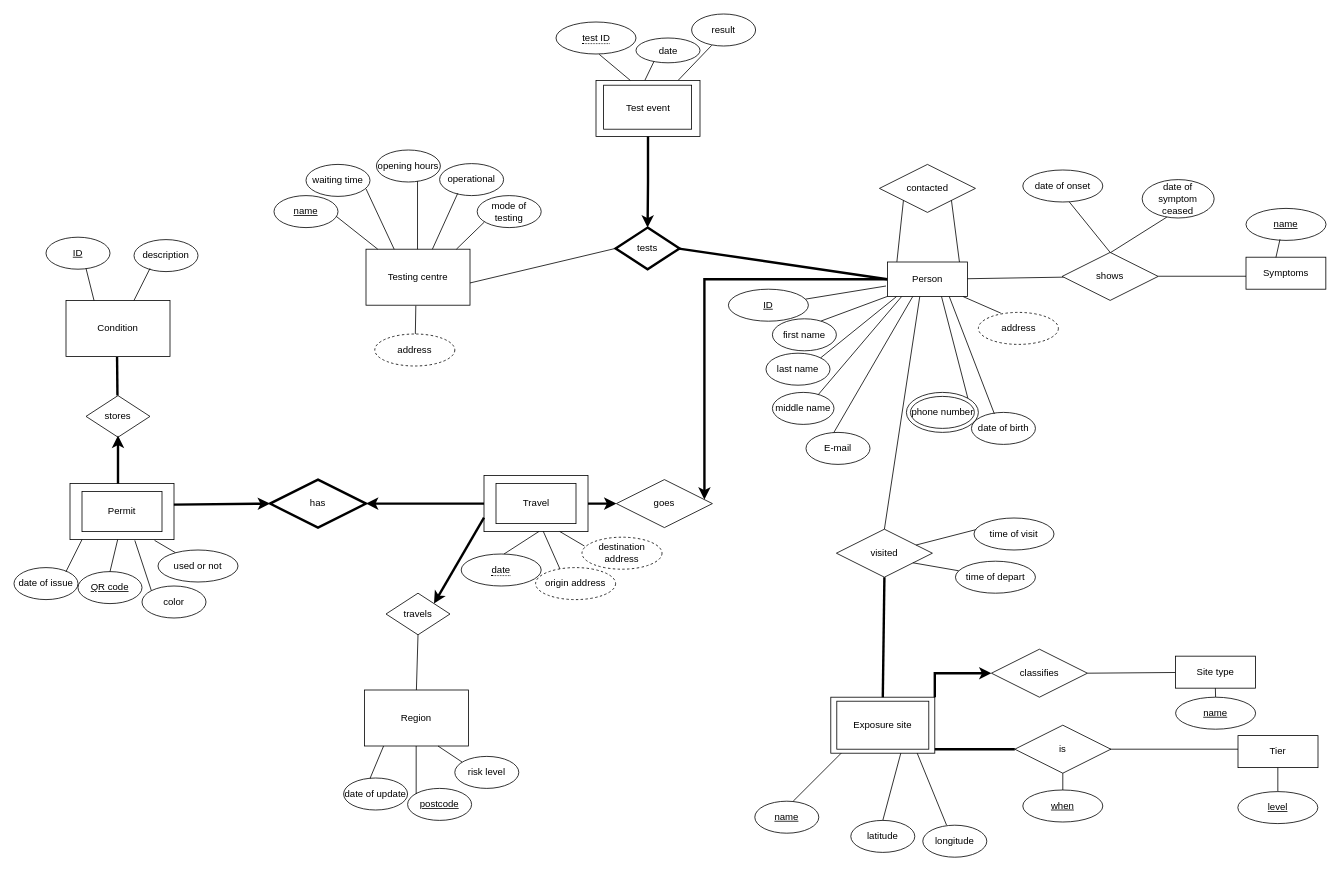
Before: Untitled Diagram.drawio in pingtingw/info20003, a draw.io diagram. Source tidied: cells renumbered, new cells numbered last; positions are measured from the earlier drawing's top-left corner, leaving out a move shared by most shapes. Both pictures are drawn from the tidied source at 80%, with x=0, y=0 at pixel (14, 14).
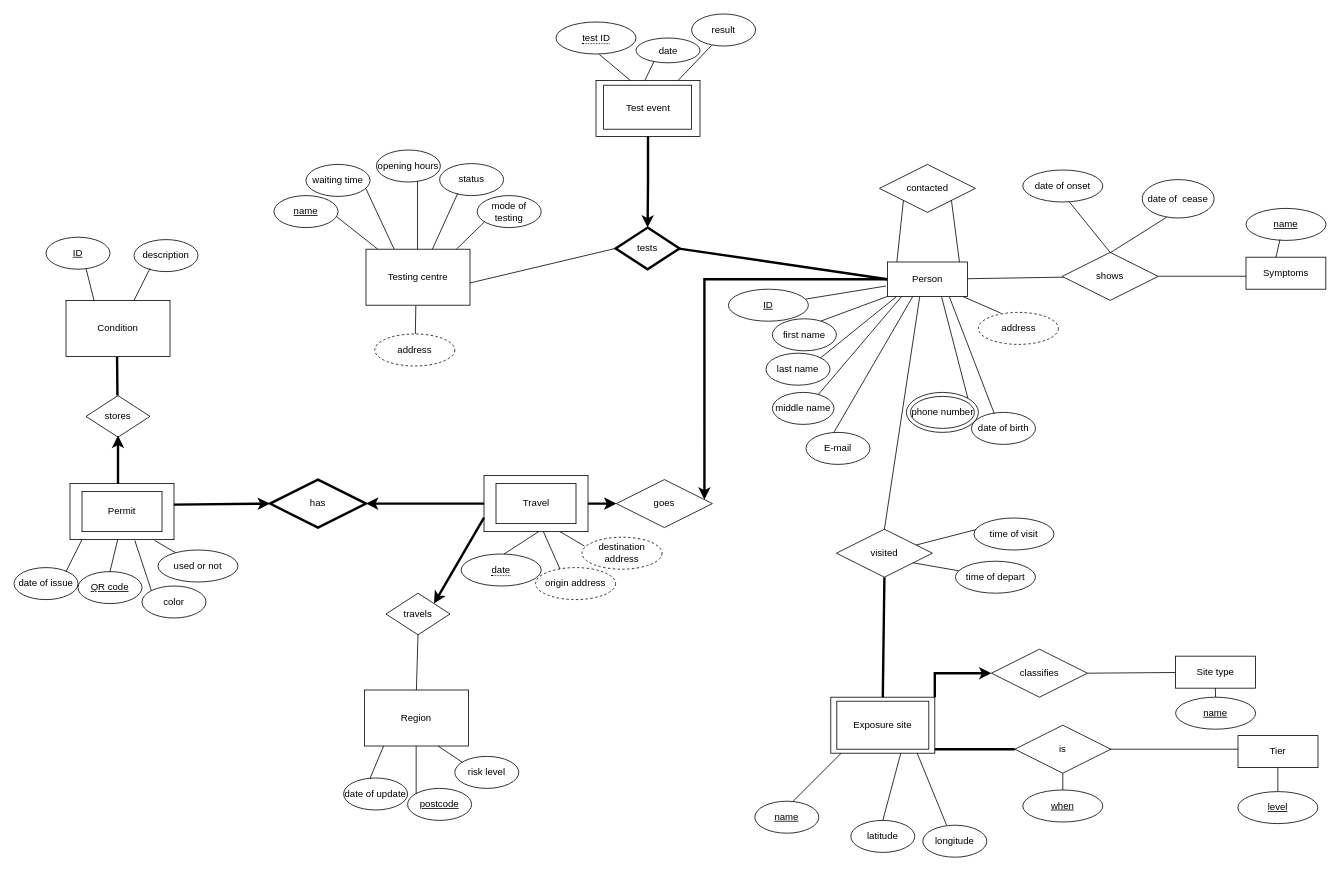
The same page after the edit.

The edit, as a diff of the source:
```diff
@@
-    <mxCell id="24" value="operational" style="ellipse;whiteSpace=wrap;html=1;fillColor=none;gradientColor=none;" parent="1" vertex="1">
+    <mxCell id="24" value="status" style="ellipse;whiteSpace=wrap;html=1;fillColor=none;gradientColor=none;" parent="1" vertex="1">
       <mxGeometry x="532" y="187" width="80" height="40" as="geometry" />
     </mxCell>
@@
-    <mxCell id="92" value="date of symptom ceased" style="ellipse;whiteSpace=wrap;html=1;fillColor=none;gradientColor=none;" parent="1" vertex="1">
+    <mxCell id="92" value="date of&amp;nbsp; cease" style="ellipse;whiteSpace=wrap;html=1;fillColor=none;gradientColor=none;" parent="1" vertex="1">
       <mxGeometry x="1410.2" y="207" width="90" height="48" as="geometry" />
     </mxCell>
```
